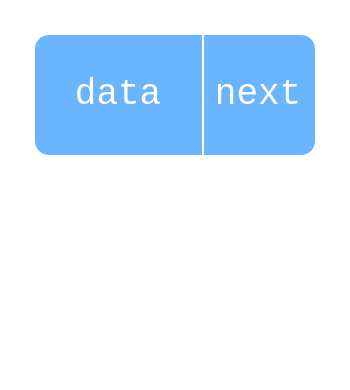
Above: page "Node" (1 of 7) of linked-list.drawio in vtchitruong/vtchitruong.github.io (draw.io), before the change. Source tidied: cells renumbered, new cells numbered last; positions are measured from the earlier drawing's top-left corner, leaving out a move shared by most shapes. Both pictures are drawn from the tidied source at 200%, with x=0, y=0 at pixel (34, 34).
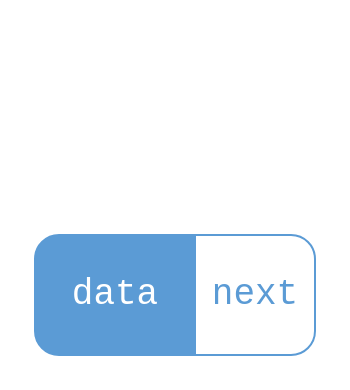
The same page after the edit.

Diff of the diagram source:
```diff
@@
 <mxGraphModel>
   <root>
     <mxCell id="0" />
     <mxCell id="1" parent="0" />
-    <mxCell id="2" style="rounded=1;whiteSpace=wrap;html=1;absoluteArcSize=1;arcSize=14;strokeWidth=2;fontFamily=Consolas;fontSize=20;strokeColor=none;fontColor=#FFFFFF;fillColor=#6BB5FF;points=[[0,0,0,0,0],[0,0.26,0,0,0],[0,0.5,0,0,0],[0,0.74,0,0,0],[0,1,0,0,0],[0.25,0,0,0,0],[0.25,1,0,0,0],[0.5,0,0,0,0],[0.5,1,0,0,0],[0.6,0,0,0,0],[0.6,1,0,0,0],[1,0,0,0,0],[1,0.26,0,0,0],[1,0.5,0,0,0],[1,0.76,0,0,0],[1,1,0,0,0]];" parent="1" vertex="1">
-      <mxGeometry width="140" height="60" as="geometry" />
-    </mxCell>
-    <mxCell id="3" style="endArrow=none;html=1;rounded=0;strokeColor=#FFFFFF;exitX=0.6;exitY=1;exitDx=0;exitDy=0;exitPerimeter=0;entryX=0.6;entryY=0;entryDx=0;entryDy=0;entryPerimeter=0;" parent="1" edge="1" source="2" target="2">
-      <mxGeometry relative="1" as="geometry" />
-    </mxCell>
-    <mxCell id="4" value="data" style="strokeWidth=1;html=1;shadow=0;dashed=0;shape=mxgraph.ios.iTextInput;strokeColor=none;buttonText=;fontSize=18;whiteSpace=wrap;align=center;comic=0;fontFamily=Consolas;fillColor=none;fontColor=#FFFFFF;" parent="1" vertex="1">
-      <mxGeometry x="20" y="22.5" width="43.5" height="15" as="geometry" />
+    <mxCell id="4" value="data" style="verticalLabelPosition=middle;verticalAlign=middle;html=1;shape=mxgraph.basic.rect;fillColor2=none;strokeWidth=1;size=12;indent=5;rectStyle=square;topLeftStyle=rounded;bottomLeftStyle=rounded;fillColor=#5B9BD5;horizontal=1;labelPosition=center;align=center;fontSize=18;fontFamily=Consolas;fontColor=#FFFFFF;strokeColor=#5B9BD5;" parent="1" vertex="1">
+      <mxGeometry y="100" width="80" height="60" as="geometry" />
     </mxCell>
-    <mxCell id="5" value="next" style="strokeWidth=1;html=1;shadow=0;dashed=0;shape=mxgraph.ios.iTextInput;strokeColor=none;buttonText=;fontSize=18;whiteSpace=wrap;align=center;comic=0;fontFamily=Consolas;fillColor=none;fontColor=#FFFFFF;" parent="1" vertex="1">
-      <mxGeometry x="90" y="22.5" width="43.5" height="15" as="geometry" />
+    <mxCell id="5" value="next" style="verticalLabelPosition=middle;verticalAlign=middle;html=1;shape=mxgraph.basic.rect;fillColor2=none;strokeWidth=1;size=12;indent=5;rectStyle=square;topLeftStyle=default;bottomLeftStyle=default;fillColor=none;horizontal=1;labelPosition=center;align=center;fontSize=18;fontFamily=Consolas;fontColor=#5B9BD5;strokeColor=#5B9BD5;topRightStyle=rounded;bottomRightStyle=rounded;" parent="1" vertex="1">
+      <mxGeometry x="80" y="100" width="60" height="60" as="geometry" />
     </mxCell>
   </root>
 </mxGraphModel>
```
